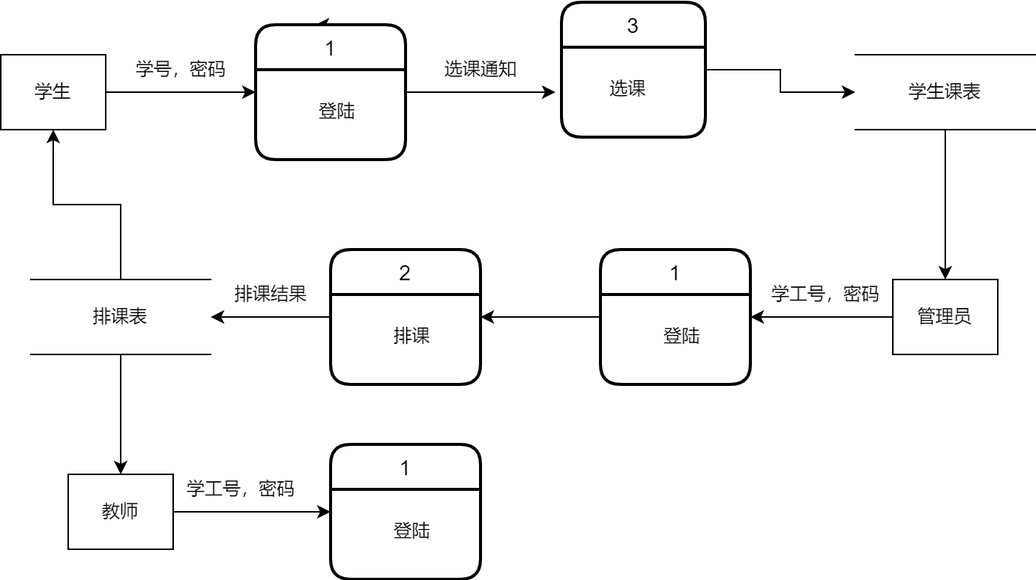
SE2022-Qiaqia/docs keeps this draw.io diagram as docs/project/imgs/DFD0.drawio.png. Above is the earlier version. Source tidied: cells renumbered, new cells last; positions are measured from the earlier drawing's top-left corner, leaving out a move shared by most shapes.
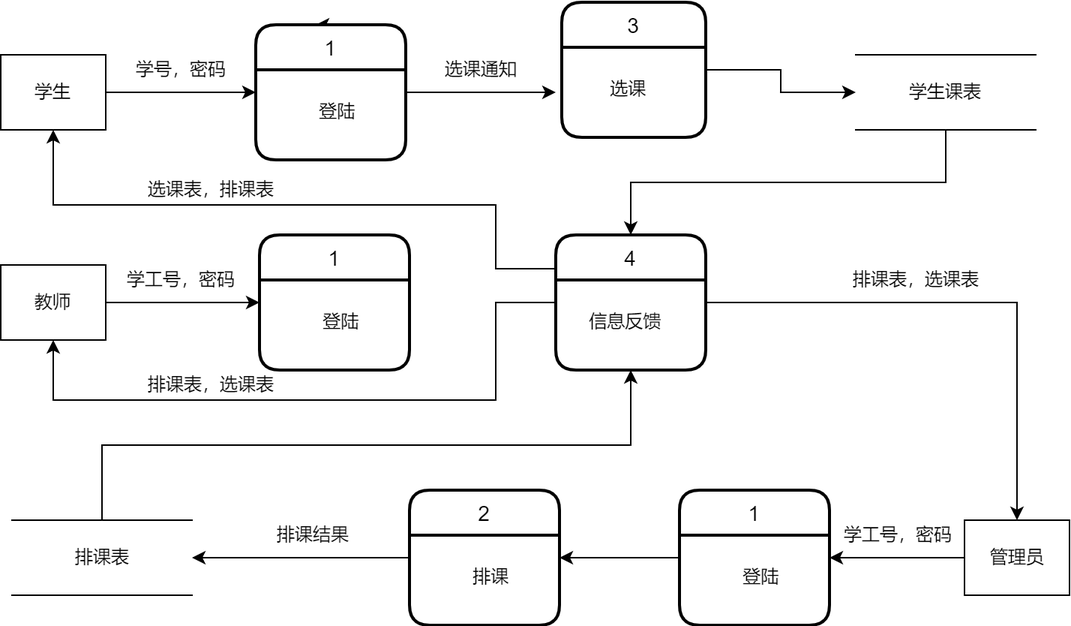
Later version of the same file.

What changed in the source:
```diff
@@ -41,11 +41,9 @@
     <mxCell id="12" value="选课通知" style="text;html=1;align=center;verticalAlign=middle;strokeColor=none;fillColor=none;" parent="1" vertex="1">
       <mxGeometry x="290" y="35" width="60" height="20" as="geometry" />
     </mxCell>
-    <mxCell id="13" style="edgeStyle=orthogonalEdgeStyle;rounded=0;jettySize=auto;html=1;exitX=0.5;exitY=1;exitDx=0;exitDy=0;" parent="1" edge="1" source="14">
-      <mxGeometry relative="1" as="geometry">
-        <mxPoint x="630" y="185" as="targetPoint" />
-      </mxGeometry>
-    </mxCell>
+    <mxCell id="33" style="edgeStyle=orthogonalEdgeStyle;rounded=0;jettySize=auto;html=1;exitX=0.5;exitY=1;exitDx=0;exitDy=0;" parent="1" edge="1" source="14" target="37">
+      <mxGeometry relative="1" as="geometry" />
+    </mxCell>
     <mxCell id="14" value="学生课表" style="shape=partialRectangle;whiteSpace=wrap;html=1;left=0;right=0;fillColor=none;" parent="1" vertex="1">
       <mxGeometry x="570" y="35" width="120" height="50" as="geometry" />
     </mxCell>
@@ -53,63 +51,88 @@
       <mxGeometry relative="1" as="geometry" />
     </mxCell>
     <mxCell id="16" value="管理员" style="rounded=0;whiteSpace=wrap;html=1;" parent="1" vertex="1">
-      <mxGeometry x="595" y="185" width="70" height="50" as="geometry" />
+      <mxGeometry x="642.5" y="345" width="70" height="50" as="geometry" />
     </mxCell>
     <mxCell id="17" value="1" style="swimlane;horizontal=1;startSize=30;rounded=1;fontSize=14;fontStyle=0;strokeWidth=2;shadow=0;dashed=0;align=center;" parent="1" vertex="1">
-      <mxGeometry x="400" y="165" width="100" height="90" as="geometry" />
+      <mxGeometry x="452.5" y="325" width="100" height="90" as="geometry" />
     </mxCell>
     <mxCell id="18" value="         &#10;           登陆" style="align=left;strokeColor=none;fillColor=none;spacingLeft=4;fontSize=12;verticalAlign=top;" parent="17" vertex="1">
       <mxGeometry y="30" width="100" height="60" as="geometry" />
     </mxCell>
     <mxCell id="19" value="学工号，密码" style="text;html=1;align=center;verticalAlign=middle;strokeColor=none;fillColor=none;" parent="1" vertex="1">
-      <mxGeometry x="505" y="185" width="90" height="20" as="geometry" />
+      <mxGeometry x="552.5" y="345" width="90" height="20" as="geometry" />
     </mxCell>
-    <mxCell id="20" style="edgeStyle=orthogonalEdgeStyle;rounded=0;jettySize=auto;html=1;exitX=0;exitY=0.25;exitDx=0;exitDy=0;" parent="1" edge="1" source="18">
-      <mxGeometry relative="1" as="geometry">
-        <mxPoint x="320" y="210" as="targetPoint" />
-      </mxGeometry>
+    <mxCell id="20" style="edgeStyle=orthogonalEdgeStyle;rounded=0;jettySize=auto;html=1;exitX=0;exitY=0.25;exitDx=0;exitDy=0;entryX=1;entryY=0.25;entryDx=0;entryDy=0;" parent="1" edge="1" source="18" target="23">
+      <mxGeometry relative="1" as="geometry" />
     </mxCell>
-    <mxCell id="21" style="edgeStyle=orthogonalEdgeStyle;rounded=0;jettySize=auto;html=1;" parent="1" edge="1" source="22">
-      <mxGeometry relative="1" as="geometry">
-        <mxPoint x="140" y="210" as="targetPoint" />
-      </mxGeometry>
+    <mxCell id="21" style="edgeStyle=orthogonalEdgeStyle;rounded=0;jettySize=auto;html=1;entryX=1;entryY=0.5;entryDx=0;entryDy=0;" parent="1" edge="1" source="22" target="26">
+      <mxGeometry relative="1" as="geometry" />
     </mxCell>
     <mxCell id="22" value="2" style="swimlane;horizontal=1;startSize=30;rounded=1;fontSize=14;fontStyle=0;strokeWidth=2;shadow=0;dashed=0;align=center;" parent="1" vertex="1">
-      <mxGeometry x="220" y="165" width="100" height="90" as="geometry" />
+      <mxGeometry x="272.5" y="325" width="100" height="90" as="geometry" />
     </mxCell>
     <mxCell id="23" value="         &#10;           排课" style="align=left;strokeColor=none;fillColor=none;spacingLeft=4;fontSize=12;verticalAlign=top;" parent="22" vertex="1">
       <mxGeometry y="30" width="100" height="60" as="geometry" />
     </mxCell>
-    <mxCell id="24" style="edgeStyle=orthogonalEdgeStyle;rounded=0;jettySize=auto;html=1;entryX=0.5;entryY=1;entryDx=0;entryDy=0;" parent="1" edge="1" source="26" target="3">
-      <mxGeometry relative="1" as="geometry" />
-    </mxCell>
-    <mxCell id="25" style="edgeStyle=orthogonalEdgeStyle;rounded=0;jettySize=auto;html=1;" parent="1" edge="1" source="26">
-      <mxGeometry relative="1" as="geometry">
-        <mxPoint x="80" y="315" as="targetPoint" />
-      </mxGeometry>
-    </mxCell>
+    <mxCell id="34" style="edgeStyle=orthogonalEdgeStyle;rounded=0;jettySize=auto;html=1;exitX=0.5;exitY=0;exitDx=0;exitDy=0;entryX=0.5;entryY=1;entryDx=0;entryDy=0;" parent="1" edge="1" source="26" target="38">
+      <mxGeometry relative="1" as="geometry" />
+    </mxCell>
     <mxCell id="26" value="排课表" style="shape=partialRectangle;whiteSpace=wrap;html=1;left=0;right=0;fillColor=none;" parent="1" vertex="1">
-      <mxGeometry x="20" y="185" width="120" height="50" as="geometry" />
+      <mxGeometry x="7.5" y="345" width="120" height="50" as="geometry" />
     </mxCell>
     <mxCell id="27" value="排课结果" style="text;html=1;align=center;verticalAlign=middle;strokeColor=none;fillColor=none;" parent="1" vertex="1">
-      <mxGeometry x="150" y="185" width="60" height="20" as="geometry" />
+      <mxGeometry x="177.5" y="345" width="60" height="20" as="geometry" />
     </mxCell>
-    <mxCell id="28" style="edgeStyle=orthogonalEdgeStyle;rounded=0;jettySize=auto;html=1;exitX=1;exitY=0.5;exitDx=0;exitDy=0;" parent="1" edge="1" source="29">
-      <mxGeometry relative="1" as="geometry">
-        <mxPoint x="220" y="340" as="targetPoint" />
-      </mxGeometry>
+    <mxCell id="28" style="edgeStyle=orthogonalEdgeStyle;rounded=0;jettySize=auto;html=1;exitX=1;exitY=0.5;exitDx=0;exitDy=0;entryX=0;entryY=0.5;entryDx=0;entryDy=0;" parent="1" edge="1" source="29" target="30">
+      <mxGeometry relative="1" as="geometry" />
     </mxCell>
     <mxCell id="29" value="教师" style="rounded=0;whiteSpace=wrap;html=1;" parent="1" vertex="1">
-      <mxGeometry x="45" y="315" width="70" height="50" as="geometry" />
+      <mxGeometry y="175" width="70" height="50" as="geometry" />
     </mxCell>
     <mxCell id="30" value="1" style="swimlane;horizontal=1;startSize=30;rounded=1;fontSize=14;fontStyle=0;strokeWidth=2;shadow=0;dashed=0;align=center;" parent="1" vertex="1">
-      <mxGeometry x="220" y="295" width="100" height="90" as="geometry" />
+      <mxGeometry x="172.5" y="155" width="100" height="90" as="geometry" />
     </mxCell>
     <mxCell id="31" value="         &#10;           登陆" style="align=left;strokeColor=none;fillColor=none;spacingLeft=4;fontSize=12;verticalAlign=top;" parent="30" vertex="1">
       <mxGeometry y="30" width="100" height="60" as="geometry" />
     </mxCell>
     <mxCell id="32" value="学工号，密码" style="text;html=1;align=center;verticalAlign=middle;strokeColor=none;fillColor=none;" parent="1" vertex="1">
-      <mxGeometry x="115" y="315" width="90" height="20" as="geometry" />
+      <mxGeometry x="75" y="175" width="90" height="20" as="geometry" />
     </mxCell>
+    <mxCell id="35" style="edgeStyle=orthogonalEdgeStyle;rounded=0;jettySize=auto;html=1;exitX=0;exitY=0.5;exitDx=0;exitDy=0;entryX=0.5;entryY=1;entryDx=0;entryDy=0;" parent="1" edge="1" source="37" target="29">
+      <mxGeometry relative="1" as="geometry">
+        <Array as="points">
+          <mxPoint x="330" y="200" />
+          <mxPoint x="330" y="265" />
+          <mxPoint x="35" y="265" />
+        </Array>
+      </mxGeometry>
+    </mxCell>
+    <mxCell id="36" style="edgeStyle=orthogonalEdgeStyle;rounded=0;jettySize=auto;html=1;exitX=0;exitY=0.25;exitDx=0;exitDy=0;entryX=0.5;entryY=1;entryDx=0;entryDy=0;" parent="1" edge="1" source="37" target="3">
+      <mxGeometry relative="1" as="geometry">
+        <Array as="points">
+          <mxPoint x="330" y="178" />
+          <mxPoint x="330" y="135" />
+          <mxPoint x="35" y="135" />
+        </Array>
+      </mxGeometry>
+    </mxCell>
+    <mxCell id="37" value="4" style="swimlane;horizontal=1;startSize=30;rounded=1;fontSize=14;fontStyle=0;strokeWidth=2;shadow=0;dashed=0;align=center;" parent="1" vertex="1">
+      <mxGeometry x="370" y="155" width="100" height="90" as="geometry" />
+    </mxCell>
+    <mxCell id="38" value="&#10;      信息反馈" style="align=left;strokeColor=none;fillColor=none;spacingLeft=4;fontSize=12;verticalAlign=top;" parent="37" vertex="1">
+      <mxGeometry y="30" width="100" height="60" as="geometry" />
+    </mxCell>
+    <mxCell id="39" style="edgeStyle=orthogonalEdgeStyle;rounded=0;jettySize=auto;html=1;exitX=1;exitY=0.25;exitDx=0;exitDy=0;" parent="1" edge="1" source="38" target="16">
+      <mxGeometry relative="1" as="geometry" />
+    </mxCell>
+    <mxCell id="40" value="排课表，选课表" style="text;html=1;align=center;verticalAlign=middle;strokeColor=none;fillColor=none;" parent="1" vertex="1">
+      <mxGeometry x="560" y="175" width="100" height="20" as="geometry" />
+    </mxCell>
+    <mxCell id="41" value="排课表，选课表" style="text;html=1;align=center;verticalAlign=middle;strokeColor=none;fillColor=none;" parent="1" vertex="1">
+      <mxGeometry x="90" y="245" width="100" height="20" as="geometry" />
+    </mxCell>
+    <mxCell id="42" value="选课表，排课表" style="text;html=1;align=center;verticalAlign=middle;strokeColor=none;fillColor=none;" parent="1" vertex="1">
+      <mxGeometry x="90" y="115" width="100" height="20" as="geometry" />
+    </mxCell>
   </root>
 </mxGraphModel>
```
